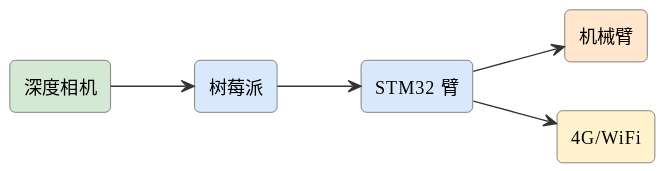
Before: assets/diagrams/ideas-fig28.svg, a diagram exported from PlantUML (mingyi0818/IntelligentMcuCourse).
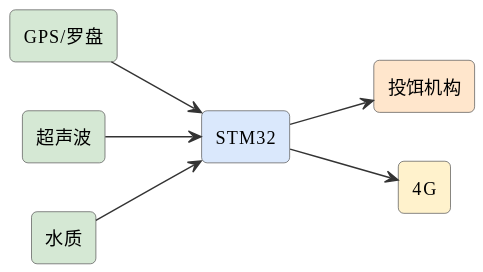
The same diagram one commit later.

What changed in the source:
```diff
@@ -6,13 +6,15 @@
 skinparam arrowFontSize 11
 skinparam arrowColor #333
 left to right direction
-rectangle "深度相机" as cam #d5e8d4
-rectangle "树莓派" as pi #dae8fc
-rectangle "STM32 臂" as stm #dae8fc
-rectangle "机械臂" as arm #ffe6cc
-rectangle "4G/WiFi" as net #fff2cc
-cam --> pi
-pi --> stm
-stm --> arm
-stm --> net
+rectangle "GPS/罗盘" as gps #d5e8d4
+rectangle "STM32" as stm #dae8fc
+rectangle "超声波" as ult #d5e8d4
+rectangle "投饵机构" as feed #ffe6cc
+rectangle "水质" as w #d5e8d4
+rectangle "4G" as g #fff2cc
+gps --> stm
+ult --> stm
+stm --> feed
+w --> stm
+stm --> g
 @enduml
```
